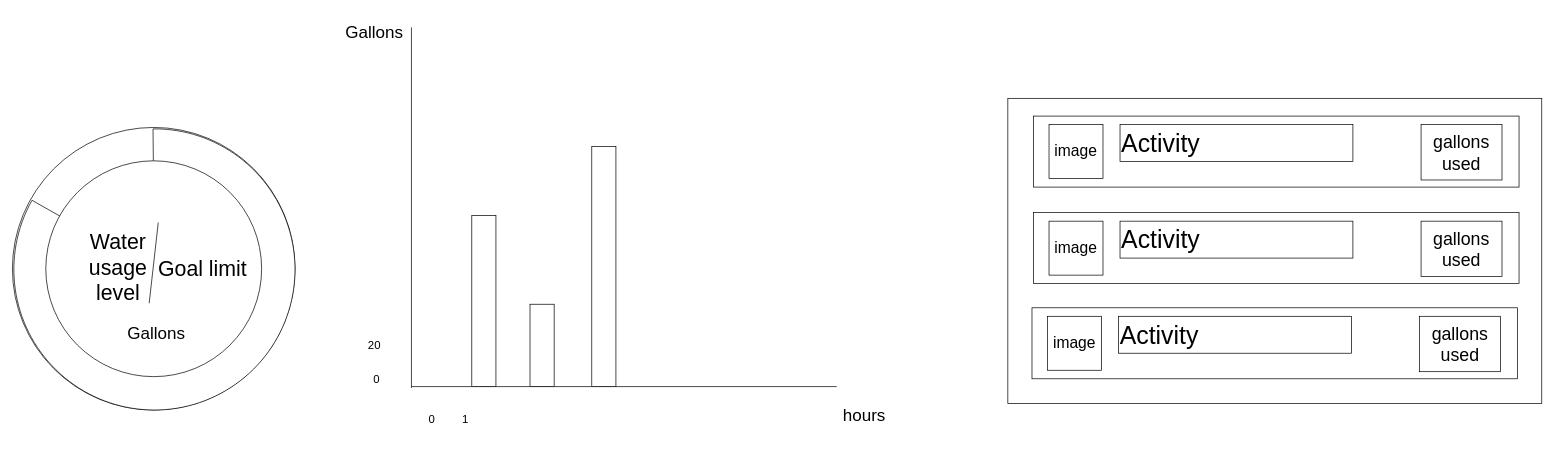
This is .vscode/Biểu đồ không có tiêu đề.drawio from minhduc1222/code_learn, a draw.io file, before an edit. Source tidied: cells renumbered, new cells numbered last; positions are measured from the earlier drawing's top-left corner, leaving out a move shared by most shapes. Both pictures are drawn from the tidied source at 71%, with x=0, y=0 at pixel (12, 21).
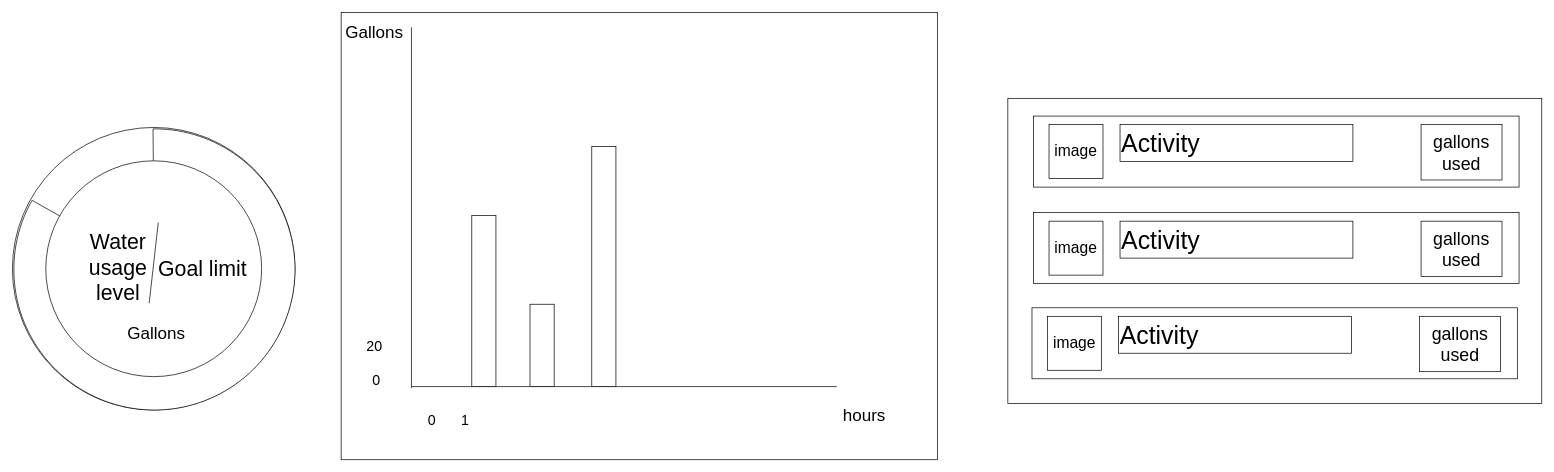
Above is the later version.

Commit message (it also covers changes not shown here):
Cập nhật Biểu đồ không có tiêu đề.drawio

The edit, as a diff of the source:
```diff
@@
     <mxCell id="10" style="group;" parent="1" vertex="1">
-      <mxGeometry x="480" width="750" height="575" as="geometry" />
+      <mxGeometry x="480" width="823" height="617" as="geometry" />
     </mxCell>
+    <mxCell id="39" style="rounded=0;whiteSpace=wrap;html=1;" parent="10" vertex="1">
+      <mxGeometry x="-17" y="-13" width="840" height="630" as="geometry" />
+    </mxCell>
@@
-    <mxCell id="18" value="0" style="text;html=1;align=center;verticalAlign=middle;whiteSpace=wrap;rounded=0;fontSize=16;" parent="10" vertex="1">
+    <mxCell id="18" value="0" style="text;html=1;align=center;verticalAlign=middle;whiteSpace=wrap;rounded=0;fontSize=20;" parent="10" vertex="1">
       <mxGeometry x="81" y="545" width="60" height="30" as="geometry" />
     </mxCell>
-    <mxCell id="19" value="1" style="text;html=1;align=center;verticalAlign=middle;whiteSpace=wrap;rounded=0;fontSize=16;" parent="10" vertex="1">
+    <mxCell id="19" value="1" style="text;html=1;align=center;verticalAlign=middle;whiteSpace=wrap;rounded=0;fontSize=20;" parent="10" vertex="1">
       <mxGeometry x="128" y="545" width="60" height="30" as="geometry" />
     </mxCell>
-    <mxCell id="20" value="0" style="text;html=1;align=center;verticalAlign=middle;whiteSpace=wrap;rounded=0;fontSize=16;" parent="10" vertex="1">
+    <mxCell id="20" value="0" style="text;html=1;align=center;verticalAlign=middle;whiteSpace=wrap;rounded=0;fontSize=20;" parent="10" vertex="1">
       <mxGeometry x="3" y="489" width="60" height="30" as="geometry" />
     </mxCell>
-    <mxCell id="21" value="20" style="text;html=1;align=center;verticalAlign=middle;whiteSpace=wrap;rounded=0;fontSize=16;" parent="10" vertex="1">
+    <mxCell id="21" value="20" style="text;html=1;align=center;verticalAlign=middle;whiteSpace=wrap;rounded=0;fontSize=20;" parent="10" vertex="1">
       <mxGeometry y="441" width="60" height="30" as="geometry" />
     </mxCell>
```
